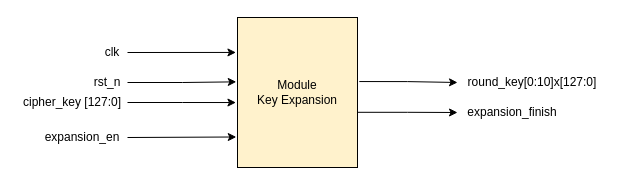
LQLManZz/AES128-Verilog keeps this draw.io diagram as diagram/drawio/AESKeyExpansionTopDes.drawio. Above is the earlier version. Source tidied: cells renumbered, new cells numbered last; positions are measured from the earlier drawing's top-left corner, leaving out a move shared by most shapes. Both pictures are drawn from the tidied source at 100%, with x=0, y=0 at pixel (17, 17).
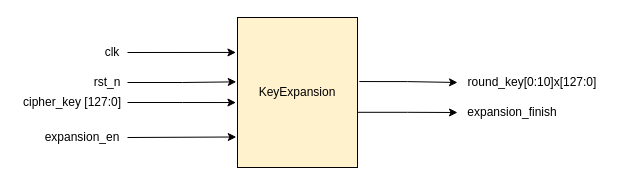
Above is the later version.

What changed in the source:
```diff
@@
 <mxGraphModel>
   <root>
     <mxCell id="0" />
     <mxCell id="1" parent="0" />
     <mxCell id="2" value="clk" style="text;html=1;whiteSpace=wrap;strokeColor=none;fillColor=none;align=center;verticalAlign=middle;rounded=0;" parent="1" vertex="1">
       <mxGeometry x="80" y="20" width="30" height="30" as="geometry" />
     </mxCell>
     <mxCell id="3" value="rst_n" style="text;html=1;whiteSpace=wrap;strokeColor=none;fillColor=none;align=center;verticalAlign=middle;rounded=0;" parent="1" vertex="1">
       <mxGeometry x="70" y="50" width="40" height="30" as="geometry" />
     </mxCell>
     <mxCell id="4" value="expansion_en" style="text;html=1;whiteSpace=wrap;strokeColor=none;fillColor=none;align=center;verticalAlign=middle;rounded=0;" parent="1" vertex="1">
       <mxGeometry x="20" y="100" width="90" height="40" as="geometry" />
     </mxCell>
     <mxCell id="5" style="edgeStyle=orthogonalEdgeStyle;rounded=0;jettySize=auto;html=1;exitX=1;exitY=0.5;exitDx=0;exitDy=0;entryX=-0.013;entryY=0.567;entryDx=0;entryDy=0;entryPerimeter=0;" parent="1" edge="1" source="6" target="11">
       <mxGeometry relative="1" as="geometry" />
     </mxCell>
     <mxCell id="6" value="cipher_key [127:0]" style="text;html=1;whiteSpace=wrap;strokeColor=none;fillColor=none;align=center;verticalAlign=middle;rounded=0;" parent="1" vertex="1">
       <mxGeometry y="70" width="110" height="30" as="geometry" />
     </mxCell>
     <mxCell id="7" value="round_key[0:10]x[127:0]" style="text;html=1;whiteSpace=wrap;strokeColor=none;fillColor=none;align=center;verticalAlign=middle;rounded=0;" parent="1" vertex="1">
       <mxGeometry x="440" y="50" width="150" height="30" as="geometry" />
     </mxCell>
     <mxCell id="8" value="expansion_finish" style="text;html=1;whiteSpace=wrap;strokeColor=none;fillColor=none;align=center;verticalAlign=middle;rounded=0;" parent="1" vertex="1">
       <mxGeometry x="440" y="80" width="110" height="30" as="geometry" />
     </mxCell>
     <mxCell id="9" style="edgeStyle=orthogonalEdgeStyle;rounded=0;jettySize=auto;html=1;exitX=1;exitY=0.5;exitDx=0;exitDy=0;entryX=-0.01;entryY=0.429;entryDx=0;entryDy=0;entryPerimeter=0;" parent="1" edge="1" source="3" target="11">
       <mxGeometry relative="1" as="geometry" />
     </mxCell>
     <mxCell id="10" style="edgeStyle=orthogonalEdgeStyle;rounded=0;jettySize=auto;html=1;exitX=1;exitY=0.5;exitDx=0;exitDy=0;entryX=-0.01;entryY=0.863;entryDx=0;entryDy=0;entryPerimeter=0;" parent="1" edge="1" source="4">
       <mxGeometry relative="1" as="geometry">
         <mxPoint x="218.8" y="119.5" as="targetPoint" />
       </mxGeometry>
     </mxCell>
-    <mxCell id="11" value="Module&lt;br&gt;Key Expansion" style="rounded=0;whiteSpace=wrap;html=1;fillColor=#fff2cc;strokeColor=#000000;" parent="1" vertex="1">
+    <mxCell id="11" value="KeyExpansion" style="rounded=0;whiteSpace=wrap;html=1;fillColor=#fff2cc;strokeColor=#000000;" parent="1" vertex="1">
       <mxGeometry x="220" width="120" height="150" as="geometry" />
     </mxCell>
     <mxCell id="12" style="edgeStyle=orthogonalEdgeStyle;rounded=0;jettySize=auto;html=1;exitX=1;exitY=0.5;exitDx=0;exitDy=0;entryX=-0.013;entryY=0.233;entryDx=0;entryDy=0;entryPerimeter=0;" parent="1" edge="1" source="2" target="11">
       <mxGeometry relative="1" as="geometry" />
     </mxCell>
     <mxCell id="13" style="edgeStyle=orthogonalEdgeStyle;rounded=0;jettySize=auto;html=1;exitX=1;exitY=0.632;exitDx=0;exitDy=0;entryX=0;entryY=0.5;entryDx=0;entryDy=0;exitPerimeter=0;" parent="1" edge="1" source="11" target="8">
       <mxGeometry relative="1" as="geometry" />
     </mxCell>
     <mxCell id="14" style="edgeStyle=orthogonalEdgeStyle;rounded=0;jettySize=auto;html=1;exitX=1.015;exitY=0.427;exitDx=0;exitDy=0;entryX=0;entryY=0.5;entryDx=0;entryDy=0;exitPerimeter=0;" parent="1" edge="1" source="11" target="7">
       <mxGeometry relative="1" as="geometry" />
     </mxCell>
   </root>
 </mxGraphModel>
```
